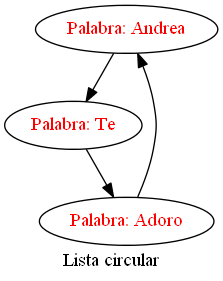
Above: listacircular.png in CPeraltaa/Practica1s12017_201314556 (Graphviz), before the change. Its source is kept beside it as listacircular.dot.
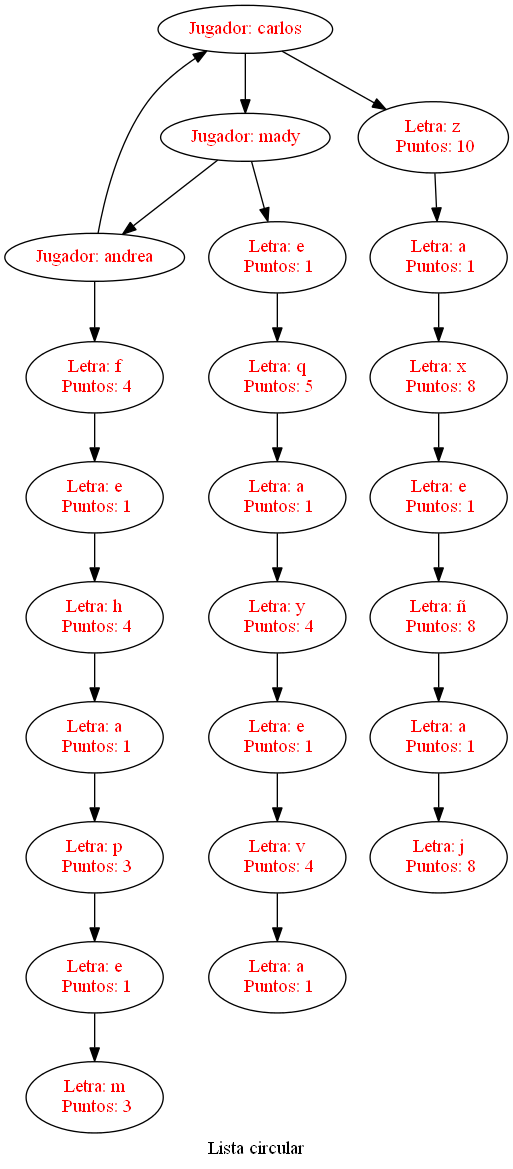
Later version of the same file.

The edit, as a diff of the source:
```diff
@@ -2,11 +2,53 @@
 label= "Lista circular"
 	node [fontcolor="red", height=0.5, color="black"]
 	edge [color="black", dir=fordware]
-nodoAndrea[label="Palabra: Andrea"];
-nodoAndrea->nodoTe;
-nodoTe[label="Palabra: Te"];
-nodoTe->nodoAdoro;
-nodoAdoro[label="Palabra: Adoro"];
-nodoAdoro->nodoAndrea;
+nodo1322072946[label="Jugador: carlos"];
+nodo1322072946->nodo895128746;
+nodo1322072946->nodo1536117658;
+nodo1536117658[label="Letra: z\n Puntos: 10"];
+nodo1536117658->nodo1284949605;
+nodo1284949605[label="Letra: a\n Puntos: 1"];
+nodo1284949605->nodo1806131758;
+nodo1806131758[label="Letra: x\n Puntos: 8"];
+nodo1806131758->nodo179913780;
+nodo179913780[label="Letra: e\n Puntos: 1"];
+nodo179913780->nodo726338914;
+nodo726338914[label="Letra: ñ\n Puntos: 8"];
+nodo726338914->nodo1368671104;
+nodo1368671104[label="Letra: a\n Puntos: 1"];
+nodo1368671104->nodo32697742;
+nodo32697742[label="Letra: j\n Puntos: 8"];
+nodo895128746[label="Jugador: mady"];
+nodo895128746->nodo1101693280;
+nodo895128746->nodo855225386;
+nodo855225386[label="Letra: e\n Puntos: 1"];
+nodo855225386->nodo1099069878;
+nodo1099069878[label="Letra: q\n Puntos: 5"];
+nodo1099069878->nodo1460298389;
+nodo1460298389[label="Letra: a\n Puntos: 1"];
+nodo1460298389->nodo1119770773;
+nodo1119770773[label="Letra: y\n Puntos: 4"];
+nodo1119770773->nodo1025113100;
+nodo1025113100[label="Letra: e\n Puntos: 1"];
+nodo1025113100->nodo1870953936;
+nodo1870953936[label="Letra: v\n Puntos: 4"];
+nodo1870953936->nodo1797174399;
+nodo1797174399[label="Letra: a\n Puntos: 1"];
+nodo1101693280[label="Jugador: andrea"];
+nodo1101693280->nodo1322072946;
+nodo1101693280->nodo1532244857;
+nodo1532244857[label="Letra: f\n Puntos: 4"];
+nodo1532244857->nodo694115715;
+nodo694115715[label="Letra: e\n Puntos: 1"];
+nodo694115715->nodo1710874501;
+nodo1710874501[label="Letra: h\n Puntos: 4"];
+nodo1710874501->nodo2077893129;
+nodo2077893129[label="Letra: a\n Puntos: 1"];
+nodo2077893129->nodo32442864;
+nodo32442864[label="Letra: p\n Puntos: 3"];
+nodo32442864->nodo1376780043;
+nodo1376780043[label="Letra: e\n Puntos: 1"];
+nodo1376780043->nodo2040596280;
+nodo2040596280[label="Letra: m\n Puntos: 3"];
 
 }
```
